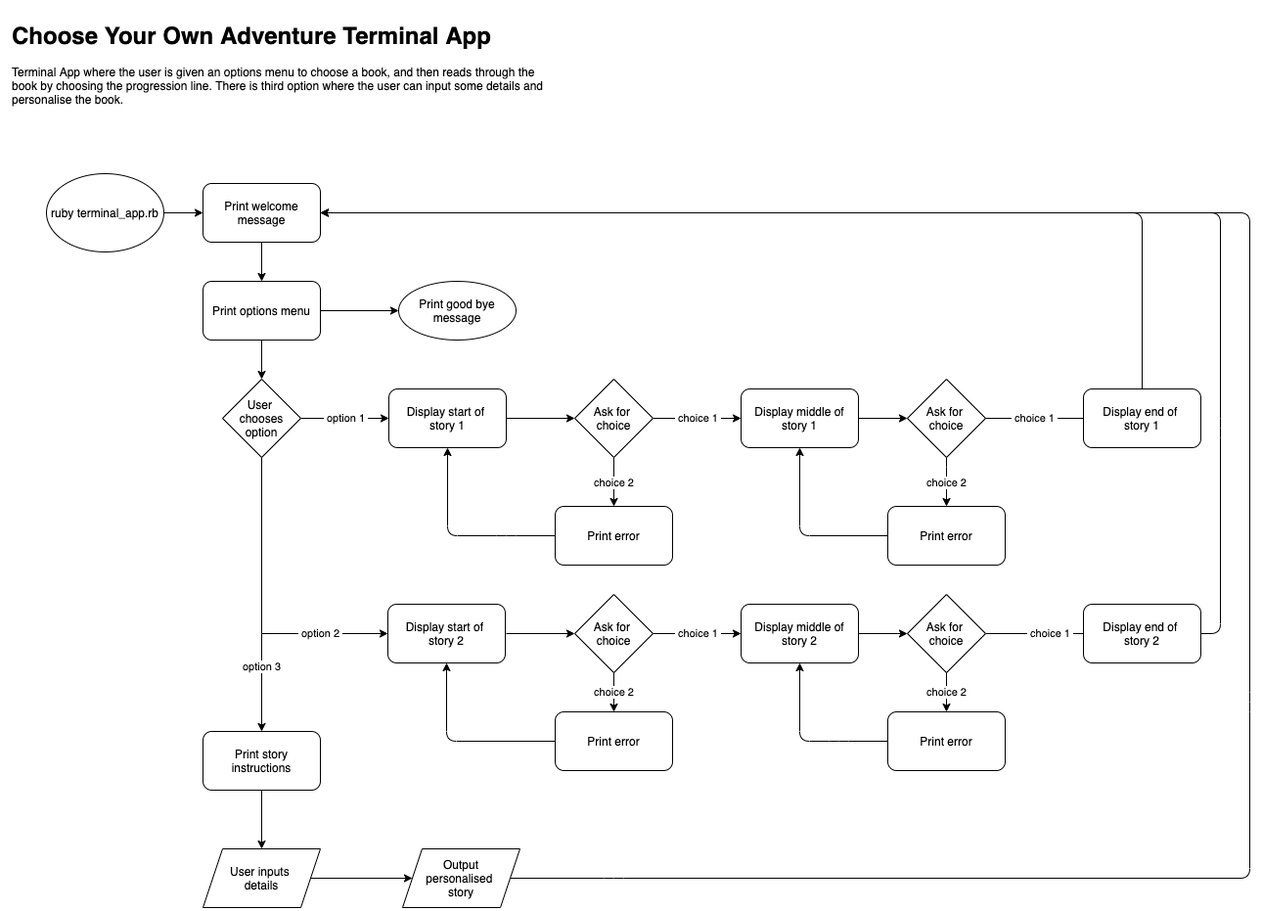
This is docs/terminal_app.png from aplazarevska/terminal-app, a draw.io export, as it was before one commit. Source tidied: cells renumbered, new cells last; positions are measured from the earlier drawing's top-left corner, leaving out a move shared by most shapes. The source it was exported from:
```xml
<mxGraphModel>
  <root>
    <mxCell id="0" />
    <mxCell id="1" parent="0" />
    <mxCell id="2" style="edgeStyle=orthogonalEdgeStyle;rounded=0;jettySize=auto;html=1;" parent="1" edge="1" source="3" target="9">
      <mxGeometry relative="1" as="geometry" />
    </mxCell>
    <mxCell id="3" value="Print welcome message" style="rounded=1;whiteSpace=wrap;html=1;" parent="1" vertex="1">
      <mxGeometry x="200" y="170" width="120" height="60" as="geometry" />
    </mxCell>
    <mxCell id="4" style="edgeStyle=orthogonalEdgeStyle;rounded=0;jettySize=auto;html=1;" parent="1" edge="1" source="5" target="3">
      <mxGeometry relative="1" as="geometry" />
    </mxCell>
    <mxCell id="5" value="ruby terminal_app.rb" style="ellipse;whiteSpace=wrap;html=1;" parent="1" vertex="1">
      <mxGeometry x="40" y="160" width="120" height="80" as="geometry" />
    </mxCell>
    <mxCell id="6" value="&lt;h1&gt;Choose Your Own Adventure Terminal App&lt;/h1&gt;&lt;p&gt;Terminal App where the user is given an options menu to choose a book, and then reads through the book by choosing the progression line. There is third option where the user can input some details and personalise the book.&amp;nbsp;&lt;/p&gt;" style="text;html=1;strokeColor=none;fillColor=none;spacing=5;spacingTop=-20;whiteSpace=wrap;overflow=hidden;rounded=0;" parent="1" vertex="1">
      <mxGeometry width="570" height="120" as="geometry" />
    </mxCell>
    <mxCell id="7" style="edgeStyle=orthogonalEdgeStyle;rounded=0;jettySize=auto;html=1;" parent="1" edge="1" source="9">
      <mxGeometry relative="1" as="geometry">
        <mxPoint x="260" y="370" as="targetPoint" />
      </mxGeometry>
    </mxCell>
    <mxCell id="8" style="edgeStyle=orthogonalEdgeStyle;rounded=0;jettySize=auto;html=1;" parent="1" edge="1" source="9" target="46">
      <mxGeometry relative="1" as="geometry" />
    </mxCell>
    <mxCell id="9" value="Print options menu" style="rounded=1;whiteSpace=wrap;html=1;" parent="1" vertex="1">
      <mxGeometry x="200" y="270" width="120" height="60" as="geometry" />
    </mxCell>
    <mxCell id="10" value="&amp;nbsp;option 1&amp;nbsp;" style="edgeStyle=orthogonalEdgeStyle;rounded=0;jettySize=auto;html=1;" parent="1" edge="1" source="11" target="13">
      <mxGeometry relative="1" as="geometry" />
    </mxCell>
    <mxCell id="11" value="User &lt;br&gt;chooses option" style="rhombus;whiteSpace=wrap;html=1;" parent="1" vertex="1">
      <mxGeometry x="220" y="370" width="80" height="80" as="geometry" />
    </mxCell>
    <mxCell id="12" style="edgeStyle=orthogonalEdgeStyle;rounded=0;jettySize=auto;html=1;" parent="1" edge="1" source="13" target="16">
      <mxGeometry relative="1" as="geometry" />
    </mxCell>
    <mxCell id="13" value="Display start of &lt;br&gt;story 1" style="rounded=1;whiteSpace=wrap;html=1;" parent="1" vertex="1">
      <mxGeometry x="390" y="380" width="120" height="60" as="geometry" />
    </mxCell>
    <mxCell id="14" value="&amp;nbsp;choice 1&amp;nbsp;" style="edgeStyle=orthogonalEdgeStyle;rounded=0;jettySize=auto;html=1;" parent="1" edge="1" source="16" target="18">
      <mxGeometry relative="1" as="geometry" />
    </mxCell>
    <mxCell id="15" value="&amp;nbsp;choice 2&amp;nbsp;" style="edgeStyle=orthogonalEdgeStyle;rounded=0;jettySize=auto;html=1;" parent="1" edge="1" source="16" target="23">
      <mxGeometry relative="1" as="geometry" />
    </mxCell>
    <mxCell id="16" value="Ask for &lt;br&gt;choice" style="rhombus;whiteSpace=wrap;html=1;" parent="1" vertex="1">
      <mxGeometry x="580" y="370" width="80" height="80" as="geometry" />
    </mxCell>
    <mxCell id="17" style="edgeStyle=orthogonalEdgeStyle;rounded=0;jettySize=auto;html=1;" parent="1" edge="1" source="18" target="20">
      <mxGeometry relative="1" as="geometry" />
    </mxCell>
    <mxCell id="18" value="Display middle of story 1" style="rounded=1;whiteSpace=wrap;html=1;" parent="1" vertex="1">
      <mxGeometry x="750" y="380" width="120" height="60" as="geometry" />
    </mxCell>
    <mxCell id="19" value="&amp;nbsp;choice 1&amp;nbsp;" style="edgeStyle=orthogonalEdgeStyle;rounded=0;jettySize=auto;html=1;" parent="1" edge="1" source="20">
      <mxGeometry x="-0.23" relative="1" as="geometry">
        <mxPoint x="1130" y="410" as="targetPoint" />
      </mxGeometry>
    </mxCell>
    <mxCell id="20" value="Ask for &lt;br&gt;choice" style="rhombus;whiteSpace=wrap;html=1;" parent="1" vertex="1">
      <mxGeometry x="920" y="370" width="80" height="80" as="geometry" />
    </mxCell>
    <mxCell id="21" value="Display end of &lt;br&gt;story 1" style="rounded=1;whiteSpace=wrap;html=1;" parent="1" vertex="1">
      <mxGeometry x="1100" y="380" width="120" height="60" as="geometry" />
    </mxCell>
    <mxCell id="22" value="Print error" style="rounded=1;whiteSpace=wrap;html=1;" parent="1" vertex="1">
      <mxGeometry x="900" y="500" width="120" height="60" as="geometry" />
    </mxCell>
    <mxCell id="23" value="Print error" style="rounded=1;whiteSpace=wrap;html=1;" parent="1" vertex="1">
      <mxGeometry x="560" y="500" width="120" height="60" as="geometry" />
    </mxCell>
    <mxCell id="24" value="&amp;nbsp;option 2&amp;nbsp;" style="edgeStyle=orthogonalEdgeStyle;rounded=0;jettySize=auto;html=1;exitX=0.5;exitY=1;exitDx=0;exitDy=0;entryX=0;entryY=0.5;entryDx=0;entryDy=0;" parent="1" edge="1" source="11" target="25">
      <mxGeometry x="0.55" relative="1" as="geometry">
        <Array as="points">
          <mxPoint x="260" y="630" />
        </Array>
      </mxGeometry>
    </mxCell>
    <mxCell id="25" value="Display start of &lt;br&gt;story 2" style="rounded=1;whiteSpace=wrap;html=1;" parent="1" vertex="1">
      <mxGeometry x="389" y="600" width="120" height="60" as="geometry" />
    </mxCell>
    <mxCell id="26" style="edgeStyle=orthogonalEdgeStyle;rounded=0;jettySize=auto;html=1;" parent="1" edge="1" target="28">
      <mxGeometry relative="1" as="geometry">
        <mxPoint x="510" y="630" as="sourcePoint" />
      </mxGeometry>
    </mxCell>
    <mxCell id="27" value="&amp;nbsp;choice 1&amp;nbsp;" style="edgeStyle=orthogonalEdgeStyle;rounded=0;jettySize=auto;html=1;" parent="1" edge="1" source="28" target="30">
      <mxGeometry relative="1" as="geometry" />
    </mxCell>
    <mxCell id="28" value="Ask for &lt;br&gt;choice" style="rhombus;whiteSpace=wrap;html=1;" parent="1" vertex="1">
      <mxGeometry x="580" y="590" width="80" height="80" as="geometry" />
    </mxCell>
    <mxCell id="29" style="edgeStyle=orthogonalEdgeStyle;rounded=0;jettySize=auto;html=1;" parent="1" edge="1" source="30" target="32">
      <mxGeometry relative="1" as="geometry" />
    </mxCell>
    <mxCell id="30" value="Display middle of story 2" style="rounded=1;whiteSpace=wrap;html=1;" parent="1" vertex="1">
      <mxGeometry x="750" y="600" width="120" height="60" as="geometry" />
    </mxCell>
    <mxCell id="31" value="&amp;nbsp;choice 1&amp;nbsp;" style="edgeStyle=orthogonalEdgeStyle;rounded=0;jettySize=auto;html=1;" parent="1" edge="1" source="32">
      <mxGeometry relative="1" as="geometry">
        <mxPoint x="1130" y="630" as="targetPoint" />
      </mxGeometry>
    </mxCell>
    <mxCell id="32" value="Ask for &lt;br&gt;choice" style="rhombus;whiteSpace=wrap;html=1;" parent="1" vertex="1">
      <mxGeometry x="920" y="590" width="80" height="80" as="geometry" />
    </mxCell>
    <mxCell id="33" value="Display end of &lt;br&gt;story 2" style="rounded=1;whiteSpace=wrap;html=1;" parent="1" vertex="1">
      <mxGeometry x="1100" y="600" width="120" height="60" as="geometry" />
    </mxCell>
    <mxCell id="34" value="Print error" style="rounded=1;whiteSpace=wrap;html=1;" parent="1" vertex="1">
      <mxGeometry x="900" y="710" width="120" height="60" as="geometry" />
    </mxCell>
    <mxCell id="35" value="Print error" style="rounded=1;whiteSpace=wrap;html=1;" parent="1" vertex="1">
      <mxGeometry x="560" y="710" width="120" height="60" as="geometry" />
    </mxCell>
    <mxCell id="36" style="edgeStyle=orthogonalEdgeStyle;rounded=0;jettySize=auto;html=1;" parent="1" edge="1" source="37" target="44">
      <mxGeometry relative="1" as="geometry" />
    </mxCell>
    <mxCell id="37" value="Print story instructions" style="rounded=1;whiteSpace=wrap;html=1;" parent="1" vertex="1">
      <mxGeometry x="200" y="730" width="120" height="60" as="geometry" />
    </mxCell>
    <mxCell id="38" value="&amp;nbsp;option 3&amp;nbsp;" style="endArrow=classic;html=1;entryX=0.5;entryY=0;entryDx=0;entryDy=0;" parent="1" edge="1" target="37">
      <mxGeometry x="-0.31" relative="1" as="geometry">
        <mxPoint x="260" y="630" as="sourcePoint" />
      </mxGeometry>
    </mxCell>
    <mxCell id="39" style="endArrow=classic;html=1;exitX=0.5;exitY=0;exitDx=0;exitDy=0;entryX=1;entryY=0.5;entryDx=0;entryDy=0;" parent="1" edge="1" source="21" target="3">
      <mxGeometry relative="1" as="geometry">
        <Array as="points">
          <mxPoint x="1160" y="200" />
        </Array>
      </mxGeometry>
    </mxCell>
    <mxCell id="40" style="endArrow=classic;html=1;exitX=0;exitY=0.5;exitDx=0;exitDy=0;entryX=0.5;entryY=1;entryDx=0;entryDy=0;" parent="1" edge="1" source="35" target="25">
      <mxGeometry relative="1" as="geometry">
        <Array as="points">
          <mxPoint x="449" y="740" />
        </Array>
      </mxGeometry>
    </mxCell>
    <mxCell id="41" style="endArrow=classic;html=1;exitX=0;exitY=0.5;exitDx=0;exitDy=0;entryX=0.5;entryY=1;entryDx=0;entryDy=0;" parent="1" edge="1" source="34" target="30">
      <mxGeometry relative="1" as="geometry">
        <Array as="points">
          <mxPoint x="850" y="740" />
          <mxPoint x="810" y="740" />
        </Array>
      </mxGeometry>
    </mxCell>
    <mxCell id="42" style="endArrow=classic;html=1;exitX=1;exitY=0.5;exitDx=0;exitDy=0;entryX=1;entryY=0.5;entryDx=0;entryDy=0;" parent="1" edge="1" source="33" target="3">
      <mxGeometry relative="1" as="geometry">
        <Array as="points">
          <mxPoint x="1240" y="630" />
          <mxPoint x="1240" y="420" />
          <mxPoint x="1240" y="200" />
        </Array>
      </mxGeometry>
    </mxCell>
    <mxCell id="43" style="edgeStyle=orthogonalEdgeStyle;rounded=0;jettySize=auto;html=1;entryX=0;entryY=0.5;entryDx=0;entryDy=0;" parent="1" edge="1" source="44" target="52">
      <mxGeometry relative="1" as="geometry" />
    </mxCell>
    <mxCell id="44" value="User inputs &lt;br&gt;details" style="shape=parallelogram;perimeter=parallelogramPerimeter;whiteSpace=wrap;html=1;fixedSize=1;" parent="1" vertex="1">
      <mxGeometry x="200" y="850" width="120" height="60" as="geometry" />
    </mxCell>
    <mxCell id="45" style="endArrow=classic;html=1;exitX=1;exitY=0.5;exitDx=0;exitDy=0;" parent="1" edge="1" source="52">
      <mxGeometry relative="1" as="geometry">
        <mxPoint x="320" y="200" as="targetPoint" />
        <Array as="points">
          <mxPoint x="620" y="880" />
          <mxPoint x="1270" y="880" />
          <mxPoint x="1270" y="700" />
          <mxPoint x="1270" y="200" />
          <mxPoint x="560" y="200" />
        </Array>
      </mxGeometry>
    </mxCell>
    <mxCell id="46" value="Print good bye message" style="ellipse;whiteSpace=wrap;html=1;rounded=1;" parent="1" vertex="1">
      <mxGeometry x="400" y="270" width="120" height="60" as="geometry" />
    </mxCell>
    <mxCell id="47" style="endArrow=classic;html=1;exitX=0;exitY=0.5;exitDx=0;exitDy=0;entryX=0.5;entryY=1;entryDx=0;entryDy=0;" parent="1" edge="1" source="23" target="13">
      <mxGeometry relative="1" as="geometry">
        <Array as="points">
          <mxPoint x="510" y="530" />
          <mxPoint x="450" y="530" />
        </Array>
      </mxGeometry>
    </mxCell>
    <mxCell id="48" value="&amp;nbsp;choice 2&amp;nbsp;" style="endArrow=classic;html=1;exitX=0.5;exitY=1;exitDx=0;exitDy=0;entryX=0.5;entryY=0;entryDx=0;entryDy=0;" parent="1" edge="1" source="28" target="35">
      <mxGeometry relative="1" as="geometry" />
    </mxCell>
    <mxCell id="49" value="&amp;nbsp;choice 2&amp;nbsp;" style="endArrow=classic;html=1;exitX=0.5;exitY=1;exitDx=0;exitDy=0;entryX=0.5;entryY=0;entryDx=0;entryDy=0;" parent="1" edge="1" source="32" target="34">
      <mxGeometry relative="1" as="geometry" />
    </mxCell>
    <mxCell id="50" value="&amp;nbsp;choice 2&amp;nbsp;" style="endArrow=classic;html=1;exitX=0.5;exitY=1;exitDx=0;exitDy=0;entryX=0.5;entryY=0;entryDx=0;entryDy=0;" parent="1" edge="1" source="20" target="22">
      <mxGeometry relative="1" as="geometry">
        <Array as="points">
          <mxPoint x="960" y="470" />
        </Array>
      </mxGeometry>
    </mxCell>
    <mxCell id="51" style="endArrow=classic;html=1;exitX=0;exitY=0.5;exitDx=0;exitDy=0;entryX=0.5;entryY=1;entryDx=0;entryDy=0;" parent="1" edge="1" source="22" target="18">
      <mxGeometry relative="1" as="geometry">
        <Array as="points">
          <mxPoint x="810" y="530" />
        </Array>
      </mxGeometry>
    </mxCell>
    <mxCell id="52" value="&lt;span&gt;Output&lt;br&gt;personalised &lt;br&gt;story&lt;/span&gt;" style="shape=parallelogram;perimeter=parallelogramPerimeter;whiteSpace=wrap;html=1;fixedSize=1;" parent="1" vertex="1">
      <mxGeometry x="404" y="850" width="120" height="60" as="geometry" />
    </mxCell>
  </root>
</mxGraphModel>
```
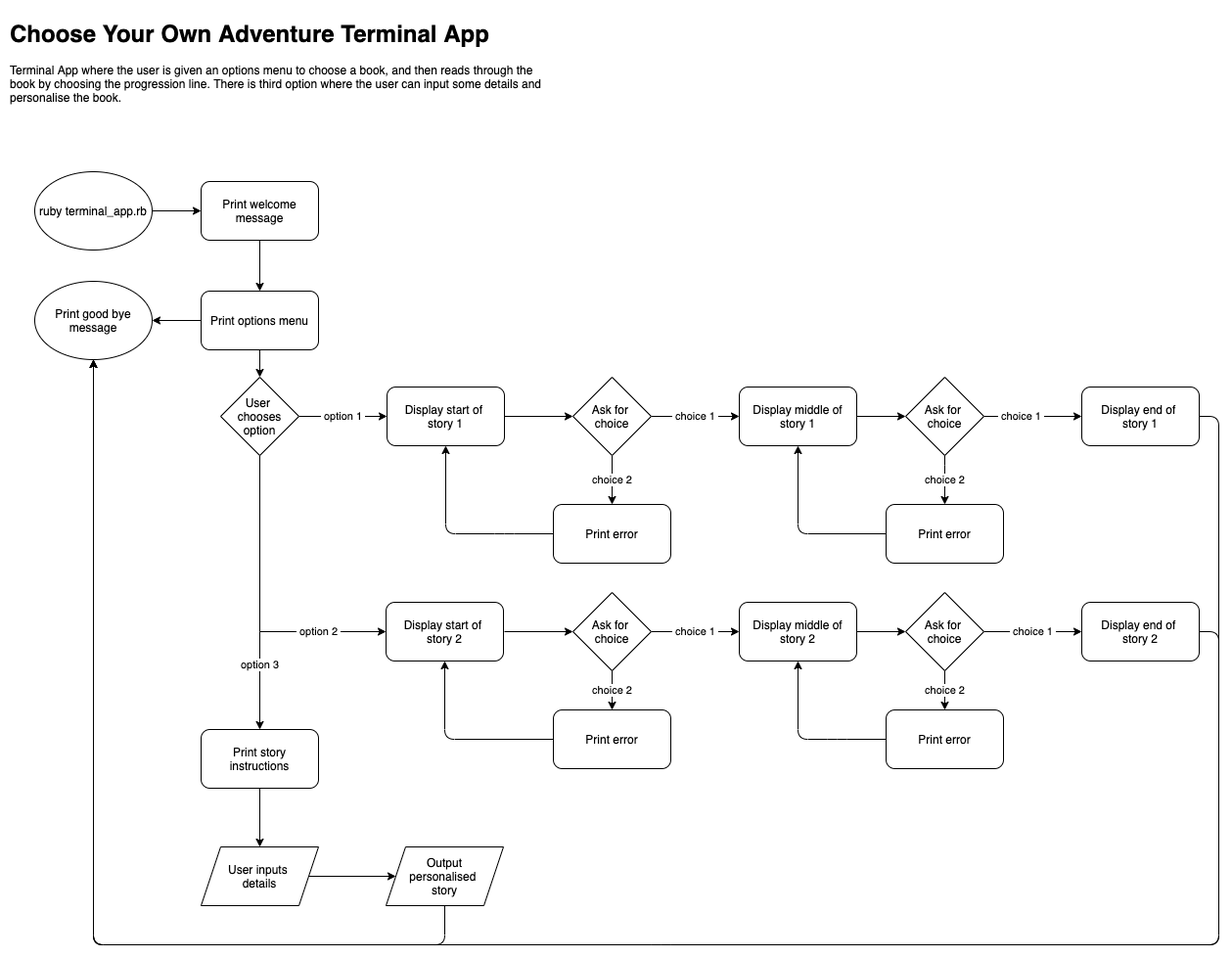
After the change.

What changed in the source:
```diff
@@ -12,7 +12,7 @@
       <mxGeometry relative="1" as="geometry" />
     </mxCell>
     <mxCell id="5" value="ruby terminal_app.rb" style="ellipse;whiteSpace=wrap;html=1;" parent="1" vertex="1">
-      <mxGeometry x="40" y="160" width="120" height="80" as="geometry" />
+      <mxGeometry x="30" y="160" width="120" height="80" as="geometry" />
     </mxCell>
     <mxCell id="6" value="&lt;h1&gt;Choose Your Own Adventure Terminal App&lt;/h1&gt;&lt;p&gt;Terminal App where the user is given an options menu to choose a book, and then reads through the book by choosing the progression line. There is third option where the user can input some details and personalise the book.&amp;nbsp;&lt;/p&gt;" style="text;html=1;strokeColor=none;fillColor=none;spacing=5;spacingTop=-20;whiteSpace=wrap;overflow=hidden;rounded=0;" parent="1" vertex="1">
       <mxGeometry width="570" height="120" as="geometry" />
@@ -26,7 +26,7 @@
       <mxGeometry relative="1" as="geometry" />
     </mxCell>
     <mxCell id="9" value="Print options menu" style="rounded=1;whiteSpace=wrap;html=1;" parent="1" vertex="1">
-      <mxGeometry x="200" y="270" width="120" height="60" as="geometry" />
+      <mxGeometry x="200" y="282" width="120" height="60" as="geometry" />
     </mxCell>
     <mxCell id="10" value="&amp;nbsp;option 1&amp;nbsp;" style="edgeStyle=orthogonalEdgeStyle;rounded=0;jettySize=auto;html=1;" parent="1" edge="1" source="11" target="13">
       <mxGeometry relative="1" as="geometry" />
@@ -55,10 +55,8 @@
     <mxCell id="18" value="Display middle of story 1" style="rounded=1;whiteSpace=wrap;html=1;" parent="1" vertex="1">
       <mxGeometry x="750" y="380" width="120" height="60" as="geometry" />
     </mxCell>
-    <mxCell id="19" value="&amp;nbsp;choice 1&amp;nbsp;" style="edgeStyle=orthogonalEdgeStyle;rounded=0;jettySize=auto;html=1;" parent="1" edge="1" source="20">
-      <mxGeometry x="-0.23" relative="1" as="geometry">
-        <mxPoint x="1130" y="410" as="targetPoint" />
-      </mxGeometry>
+    <mxCell id="19" value="&amp;nbsp;choice 1&amp;nbsp;" style="edgeStyle=orthogonalEdgeStyle;rounded=0;jettySize=auto;html=1;entryX=0;entryY=0.5;entryDx=0;entryDy=0;" parent="1" edge="1" source="20" target="21">
+      <mxGeometry x="-0.23" relative="1" as="geometry" />
     </mxCell>
     <mxCell id="20" value="Ask for &lt;br&gt;choice" style="rhombus;whiteSpace=wrap;html=1;" parent="1" vertex="1">
       <mxGeometry x="920" y="370" width="80" height="80" as="geometry" />
@@ -99,10 +97,8 @@
     <mxCell id="30" value="Display middle of story 2" style="rounded=1;whiteSpace=wrap;html=1;" parent="1" vertex="1">
       <mxGeometry x="750" y="600" width="120" height="60" as="geometry" />
     </mxCell>
-    <mxCell id="31" value="&amp;nbsp;choice 1&amp;nbsp;" style="edgeStyle=orthogonalEdgeStyle;rounded=0;jettySize=auto;html=1;" parent="1" edge="1" source="32">
-      <mxGeometry relative="1" as="geometry">
-        <mxPoint x="1130" y="630" as="targetPoint" />
-      </mxGeometry>
+    <mxCell id="31" value="&amp;nbsp;choice 1&amp;nbsp;" style="edgeStyle=orthogonalEdgeStyle;rounded=0;jettySize=auto;html=1;entryX=0;entryY=0.5;entryDx=0;entryDy=0;" parent="1" edge="1" source="32" target="33">
+      <mxGeometry relative="1" as="geometry" />
     </mxCell>
     <mxCell id="32" value="Ask for &lt;br&gt;choice" style="rhombus;whiteSpace=wrap;html=1;" parent="1" vertex="1">
       <mxGeometry x="920" y="590" width="80" height="80" as="geometry" />
@@ -127,10 +123,13 @@
         <mxPoint x="260" y="630" as="sourcePoint" />
       </mxGeometry>
     </mxCell>
-    <mxCell id="39" style="endArrow=classic;html=1;exitX=0.5;exitY=0;exitDx=0;exitDy=0;entryX=1;entryY=0.5;entryDx=0;entryDy=0;" parent="1" edge="1" source="21" target="3">
+    <mxCell id="39" style="endArrow=classic;html=1;exitX=1;exitY=0.5;exitDx=0;exitDy=0;entryX=0.5;entryY=1;entryDx=0;entryDy=0;" parent="1" edge="1" source="21" target="46">
       <mxGeometry relative="1" as="geometry">
         <Array as="points">
-          <mxPoint x="1160" y="200" />
+          <mxPoint x="1240" y="410" />
+          <mxPoint x="1240" y="950" />
+          <mxPoint x="670" y="950" />
+          <mxPoint x="90" y="950" />
         </Array>
       </mxGeometry>
     </mxCell>
@@ -149,12 +148,13 @@
         </Array>
       </mxGeometry>
     </mxCell>
-    <mxCell id="42" style="endArrow=classic;html=1;exitX=1;exitY=0.5;exitDx=0;exitDy=0;entryX=1;entryY=0.5;entryDx=0;entryDy=0;" parent="1" edge="1" source="33" target="3">
+    <mxCell id="42" style="endArrow=classic;html=1;exitX=1;exitY=0.5;exitDx=0;exitDy=0;entryX=0.5;entryY=1;entryDx=0;entryDy=0;" parent="1" edge="1" source="33" target="46">
       <mxGeometry relative="1" as="geometry">
         <Array as="points">
           <mxPoint x="1240" y="630" />
-          <mxPoint x="1240" y="420" />
-          <mxPoint x="1240" y="200" />
+          <mxPoint x="1240" y="950" />
+          <mxPoint x="670" y="950" />
+          <mxPoint x="90" y="950" />
         </Array>
       </mxGeometry>
     </mxCell>
@@ -164,20 +164,17 @@
     <mxCell id="44" value="User inputs &lt;br&gt;details" style="shape=parallelogram;perimeter=parallelogramPerimeter;whiteSpace=wrap;html=1;fixedSize=1;" parent="1" vertex="1">
       <mxGeometry x="200" y="850" width="120" height="60" as="geometry" />
     </mxCell>
-    <mxCell id="45" style="endArrow=classic;html=1;exitX=1;exitY=0.5;exitDx=0;exitDy=0;" parent="1" edge="1" source="52">
+    <mxCell id="45" style="endArrow=classic;html=1;exitX=0.5;exitY=1;exitDx=0;exitDy=0;entryX=0.5;entryY=1;entryDx=0;entryDy=0;" parent="1" edge="1" source="52" target="46">
       <mxGeometry relative="1" as="geometry">
-        <mxPoint x="320" y="200" as="targetPoint" />
         <Array as="points">
-          <mxPoint x="620" y="880" />
-          <mxPoint x="1270" y="880" />
-          <mxPoint x="1270" y="700" />
-          <mxPoint x="1270" y="200" />
-          <mxPoint x="560" y="200" />
+          <mxPoint x="449" y="950" />
+          <mxPoint x="90" y="950" />
+          <mxPoint x="90" y="860" />
         </Array>
       </mxGeometry>
     </mxCell>
     <mxCell id="46" value="Print good bye message" style="ellipse;whiteSpace=wrap;html=1;rounded=1;" parent="1" vertex="1">
-      <mxGeometry x="400" y="270" width="120" height="60" as="geometry" />
+      <mxGeometry x="30" y="272" width="120" height="80" as="geometry" />
     </mxCell>
     <mxCell id="47" style="endArrow=classic;html=1;exitX=0;exitY=0.5;exitDx=0;exitDy=0;entryX=0.5;entryY=1;entryDx=0;entryDy=0;" parent="1" edge="1" source="23" target="13">
       <mxGeometry relative="1" as="geometry">
@@ -208,7 +205,7 @@
       </mxGeometry>
     </mxCell>
     <mxCell id="52" value="&lt;span&gt;Output&lt;br&gt;personalised &lt;br&gt;story&lt;/span&gt;" style="shape=parallelogram;perimeter=parallelogramPerimeter;whiteSpace=wrap;html=1;fixedSize=1;" parent="1" vertex="1">
-      <mxGeometry x="404" y="850" width="120" height="60" as="geometry" />
+      <mxGeometry x="389" y="850" width="120" height="60" as="geometry" />
     </mxCell>
   </root>
 </mxGraphModel>
```
